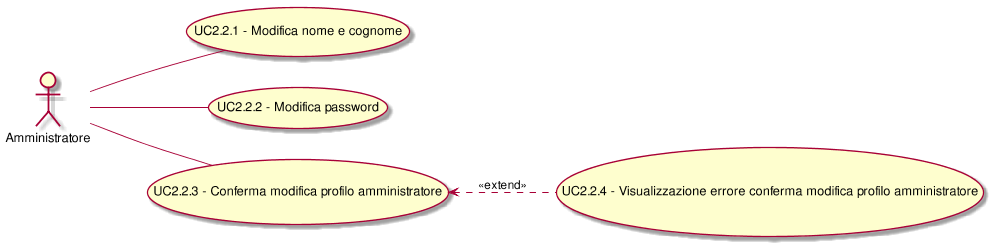
This is RR/Esterni/AnalisiDeiRequisiti/images/UseCaseUC22.png from CoCodeSWE/Docs, a PlantUML export, as it was before one commit. Its diagram source:
```plantuml
@startuml
scale 1000*1000
left to right direction
(UC2.2.3) <.. (UC2.2.4): <<extend>>
( UC2.2.1 - Modifica nome e cognome ) as (UC2.2.1)
:Amministratore:--(UC2.2.1)
( UC2.2.2 - Modifica password ) as (UC2.2.2)
:Amministratore:--(UC2.2.2)
( UC2.2.3 - Conferma modifica profilo amministratore ) as (UC2.2.3)
:Amministratore:--(UC2.2.3)
( UC2.2.4 - Visualizzazione errore conferma modifica profilo amministratore  ) as (UC2.2.4)
@enduml
```
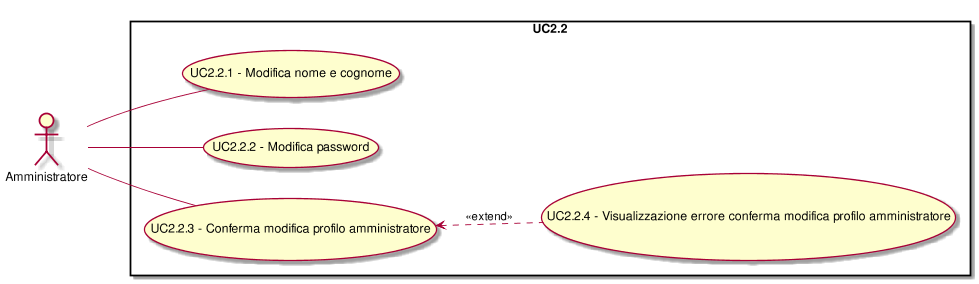
After the change.

The edit, as a diff of the source:
```diff
@@ -1,6 +1,9 @@
 @startuml
 scale 1000*1000
 left to right direction
+skinparam packageStyle rect
+:Amministratore:
+rectangle UC2.2{
 (UC2.2.3) <.. (UC2.2.4): <<extend>>
 ( UC2.2.1 - Modifica nome e cognome ) as (UC2.2.1)
 :Amministratore:--(UC2.2.1)
@@ -9,4 +12,5 @@
 ( UC2.2.3 - Conferma modifica profilo amministratore ) as (UC2.2.3)
 :Amministratore:--(UC2.2.3)
 ( UC2.2.4 - Visualizzazione errore conferma modifica profilo amministratore  ) as (UC2.2.4)
+}
 @enduml
```
